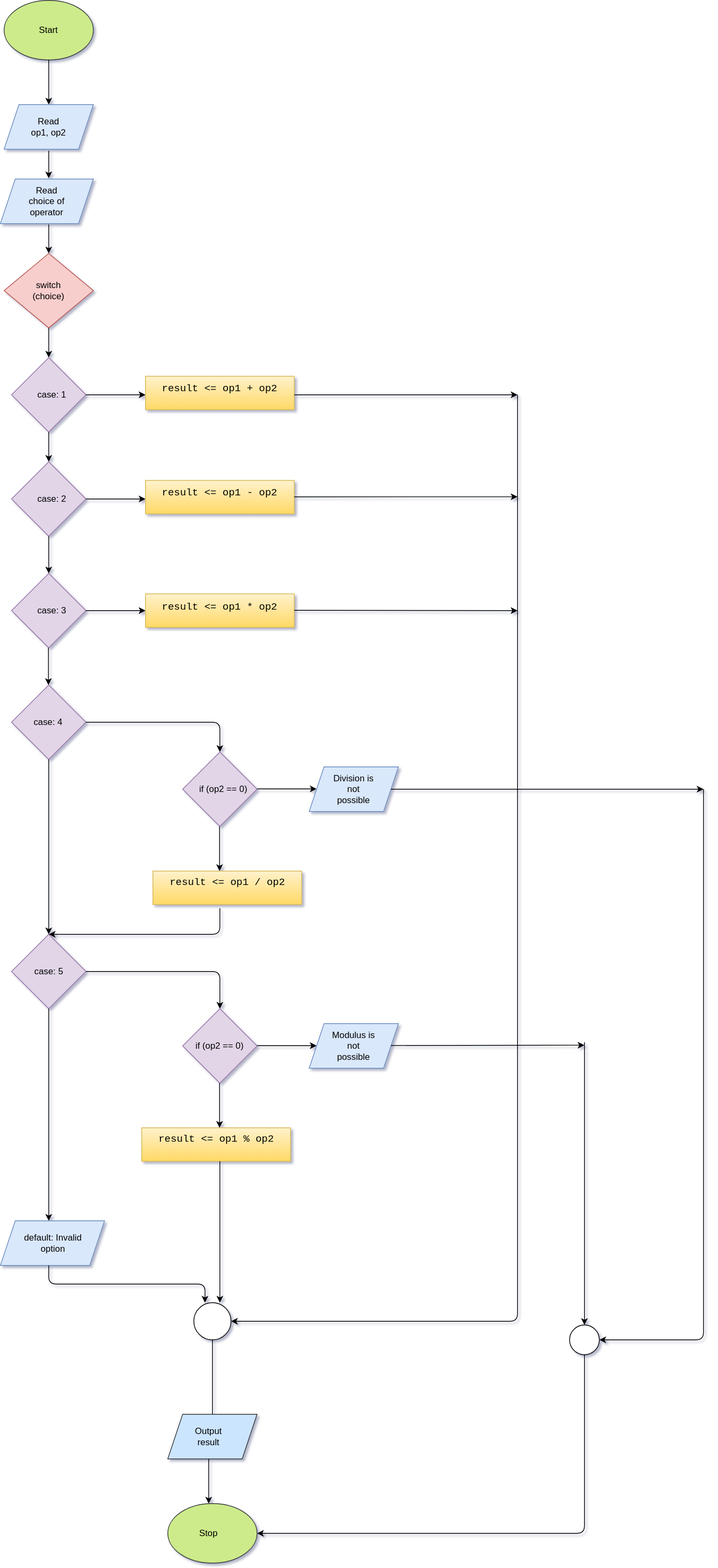
This is 1styear/lab sessions/2nd expirement/flowchart.svg from anishshobithpscollege/labs, a draw.io export, as it was before one commit. Source tidied: cells renumbered, new cells last; positions are measured from the earlier drawing's top-left corner, leaving out a move shared by most shapes.
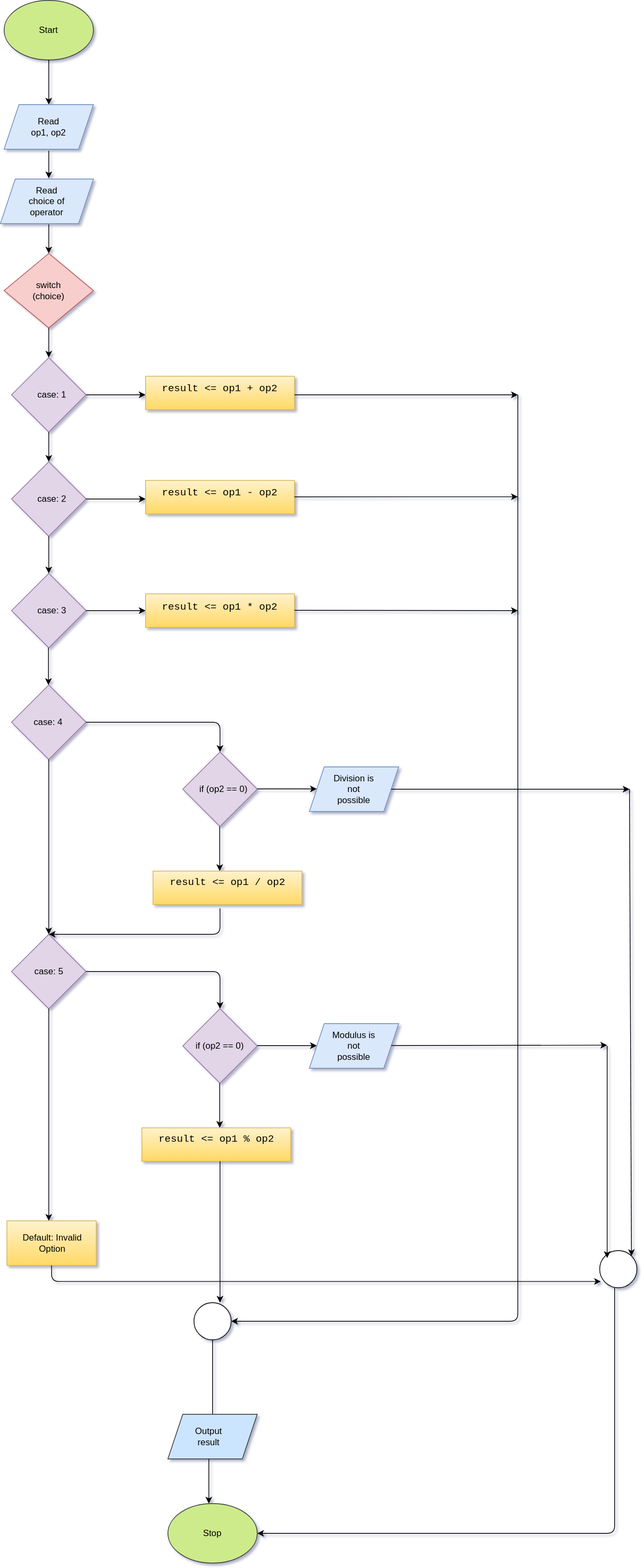
After the change.

Commit message:
flowchart: make changes

The edit, as a diff of the source:
```diff
@@ -168,7 +168,7 @@
     <mxCell id="43" style="endArrow=classic;html=1;" parent="1" edge="1">
       <mxGeometry relative="1" as="geometry">
         <mxPoint x="525" y="1060" as="sourcePoint" />
-        <mxPoint x="945" y="1060" as="targetPoint" />
+        <mxPoint x="845" y="1060" as="targetPoint" />
       </mxGeometry>
     </mxCell>
     <mxCell id="44" value="if (op2 == 0)" style="text;html=1;strokeColor=none;fillColor=none;align=center;verticalAlign=middle;whiteSpace=wrap;rounded=0;" parent="1" vertex="1">
@@ -213,7 +213,7 @@
     <mxCell id="55" style="endArrow=classic;html=1;" parent="1" edge="1">
       <mxGeometry relative="1" as="geometry">
         <mxPoint x="525" y="1404.4" as="sourcePoint" />
-        <mxPoint x="785" y="1404" as="targetPoint" />
+        <mxPoint x="815" y="1404" as="targetPoint" />
       </mxGeometry>
     </mxCell>
     <mxCell id="56" value="if (op2 == 0)" style="text;html=1;strokeColor=none;fillColor=none;align=center;verticalAlign=middle;whiteSpace=wrap;rounded=0;" parent="1" vertex="1">
@@ -245,24 +245,12 @@
         <mxPoint x="65" y="1640" as="targetPoint" />
       </mxGeometry>
     </mxCell>
-    <mxCell id="62" style="shape=parallelogram;perimeter=parallelogramPerimeter;whiteSpace=wrap;html=1;fixedSize=1;fillColor=#dae8fc;strokeColor=#6c8ebf;" parent="1" vertex="1">
-      <mxGeometry y="1640" width="140" height="60" as="geometry" />
-    </mxCell>
-    <mxCell id="63" value="default: Invalid option" style="text;html=1;strokeColor=none;fillColor=none;align=center;verticalAlign=middle;whiteSpace=wrap;rounded=0;" parent="1" vertex="1">
-      <mxGeometry x="26.9" y="1660" width="88.1" height="20" as="geometry" />
-    </mxCell>
     <mxCell id="64" style="endArrow=classic;html=1;" parent="1" edge="1">
       <mxGeometry relative="1" as="geometry">
         <mxPoint x="295" y="1560" as="sourcePoint" />
         <mxPoint x="295" y="1750" as="targetPoint" />
       </mxGeometry>
     </mxCell>
-    <mxCell id="65" style="edgeStyle=elbowEdgeStyle;elbow=vertical;endArrow=classic;html=1;" parent="1" edge="1">
-      <mxGeometry relative="1" as="geometry">
-        <mxPoint x="65" y="1700" as="sourcePoint" />
-        <mxPoint x="275" y="1750" as="targetPoint" />
-      </mxGeometry>
-    </mxCell>
     <mxCell id="66" style="ellipse;whiteSpace=wrap;html=1;" parent="1" vertex="1">
       <mxGeometry x="260" y="1750" width="50" height="50" as="geometry" />
     </mxCell>
@@ -287,7 +275,7 @@
       <mxGeometry x="225" y="2020" width="120" height="80" as="geometry" />
     </mxCell>
     <mxCell id="71" value="Stop" style="text;html=1;strokeColor=none;fillColor=none;align=center;verticalAlign=middle;whiteSpace=wrap;rounded=0;" parent="1" vertex="1">
-      <mxGeometry x="260" y="2040" width="40" height="40" as="geometry" />
+      <mxGeometry x="265" y="2040" width="40" height="40" as="geometry" />
     </mxCell>
     <mxCell id="72" style="endArrow=classic;html=1;" parent="1" edge="1">
       <mxGeometry relative="1" as="geometry">
@@ -298,29 +286,40 @@
     <mxCell id="73" value="Output result" style="text;html=1;strokeColor=none;fillColor=none;align=center;verticalAlign=middle;whiteSpace=wrap;rounded=0;" parent="1" vertex="1">
       <mxGeometry x="260" y="1920" width="40" height="20" as="geometry" />
     </mxCell>
-    <mxCell id="74" style="ellipse;whiteSpace=wrap;html=1;" parent="1" vertex="1">
-      <mxGeometry x="765" y="1780" width="40" height="40" as="geometry" />
-    </mxCell>
-    <mxCell id="75" style="endArrow=classic;html=1;entryX=0.5;entryY=0;entryDx=0;entryDy=0;" parent="1" edge="1" target="74">
-      <mxGeometry relative="1" as="geometry">
-        <mxPoint x="785" y="1400" as="sourcePoint" />
-      </mxGeometry>
-    </mxCell>
-    <mxCell id="76" style="edgeStyle=segmentEdgeStyle;endArrow=classic;html=1;entryX=1;entryY=0.5;entryDx=0;entryDy=0;" parent="1" edge="1" target="74">
-      <mxGeometry relative="1" as="geometry">
-        <mxPoint x="945" y="1060" as="sourcePoint" />
-        <Array as="points">
-          <mxPoint x="945" y="1380" />
-          <mxPoint x="945" y="1800" />
-        </Array>
-      </mxGeometry>
-    </mxCell>
-    <mxCell id="77" style="edgeStyle=segmentEdgeStyle;endArrow=classic;html=1;entryX=1;entryY=0.5;entryDx=0;entryDy=0;exitX=0.5;exitY=1;exitDx=0;exitDy=0;" parent="1" edge="1" source="74" target="70">
-      <mxGeometry relative="1" as="geometry">
-        <Array as="points">
-          <mxPoint x="785" y="2060" />
-        </Array>
-      </mxGeometry>
-    </mxCell>
+    <mxCell id="78" style="ellipse;whiteSpace=wrap;html=1;" parent="1" vertex="1">
+      <mxGeometry x="805" y="1680" width="50" height="50" as="geometry" />
+    </mxCell>
+    <mxCell id="79" style="endArrow=classic;html=1;" parent="1" edge="1">
+      <mxGeometry relative="1" as="geometry">
+        <mxPoint x="815" y="1405" as="sourcePoint" />
+        <mxPoint x="815" y="1690" as="targetPoint" />
+      </mxGeometry>
+    </mxCell>
+    <mxCell id="80" style="endArrow=classic;html=1;entryX=1;entryY=0;entryDx=0;entryDy=0;" parent="1" edge="1" target="78">
+      <mxGeometry relative="1" as="geometry">
+        <mxPoint x="845" y="1060" as="sourcePoint" />
+      </mxGeometry>
+    </mxCell>
+    <mxCell id="81" style="edgeStyle=segmentEdgeStyle;endArrow=classic;html=1;entryX=1;entryY=0.5;entryDx=0;entryDy=0;" parent="1" edge="1" target="70">
+      <mxGeometry relative="1" as="geometry">
+        <mxPoint x="825" y="1730" as="sourcePoint" />
+        <Array as="points">
+          <mxPoint x="825" y="2060" />
+        </Array>
+      </mxGeometry>
+    </mxCell>
+    <mxCell id="82" style="rounded=0;whiteSpace=wrap;html=1;fillColor=#fff2cc;strokeColor=#d6b656;gradientColor=#ffd966;" parent="1" vertex="1">
+      <mxGeometry x="8.8" y="1640" width="120" height="60" as="geometry" />
+    </mxCell>
+    <mxCell id="83" value="Default: Invalid Option" style="text;html=1;strokeColor=none;fillColor=none;align=center;verticalAlign=middle;whiteSpace=wrap;rounded=0;" parent="1" vertex="1">
+      <mxGeometry x="25" y="1660" width="90" height="20" as="geometry" />
+    </mxCell>
+    <mxCell id="84" style="edgeStyle=segmentEdgeStyle;endArrow=classic;html=1;exitX=0.5;exitY=1;exitDx=0;exitDy=0;entryX=0.032;entryY=0.83;entryDx=0;entryDy=0;entryPerimeter=0;" parent="1" edge="1" source="82" target="78">
+      <mxGeometry relative="1" as="geometry">
+        <Array as="points">
+          <mxPoint x="69" y="1722" />
+        </Array>
+      </mxGeometry>
+    </mxCell>
   </root>
 </mxGraphModel>
```
